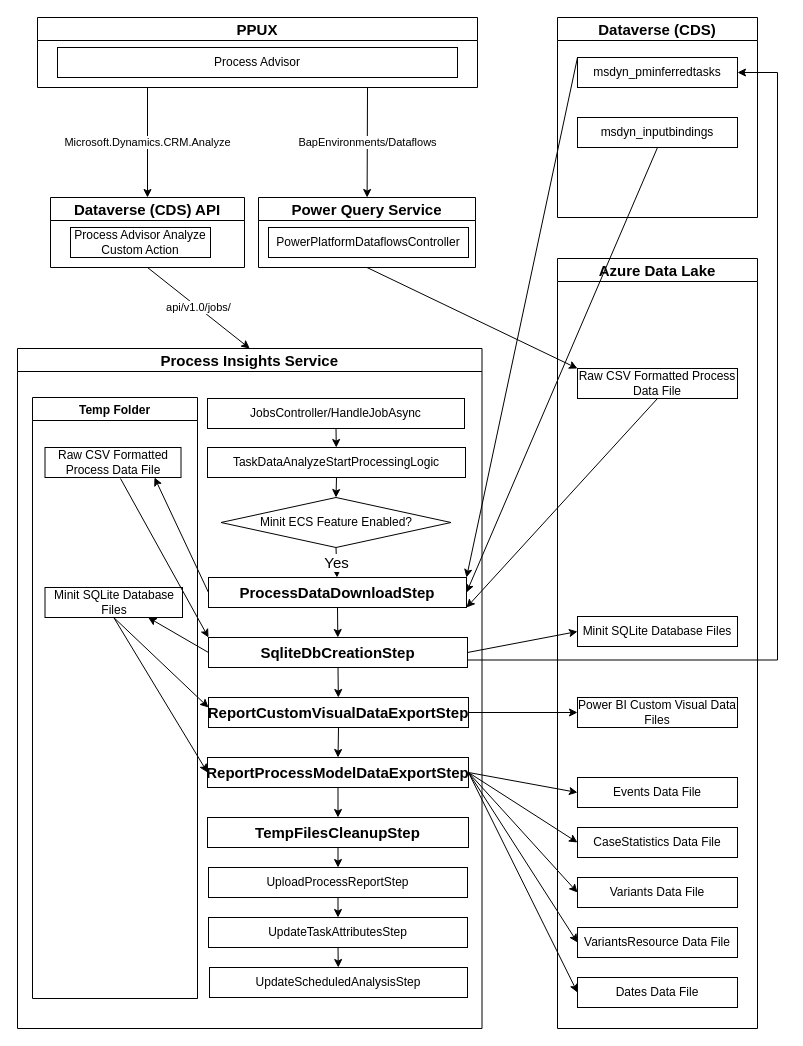
The draw.io diagram Process Insights Service and Minit Integration.drawio in luchenatwork/Diagram, before the edit. Source tidied: cells renumbered, new cells numbered last; positions are measured from the earlier drawing's top-left corner, leaving out a move shared by most shapes. Both pictures are drawn from the tidied source at 100%, with x=0, y=0 at pixel (17, 17).
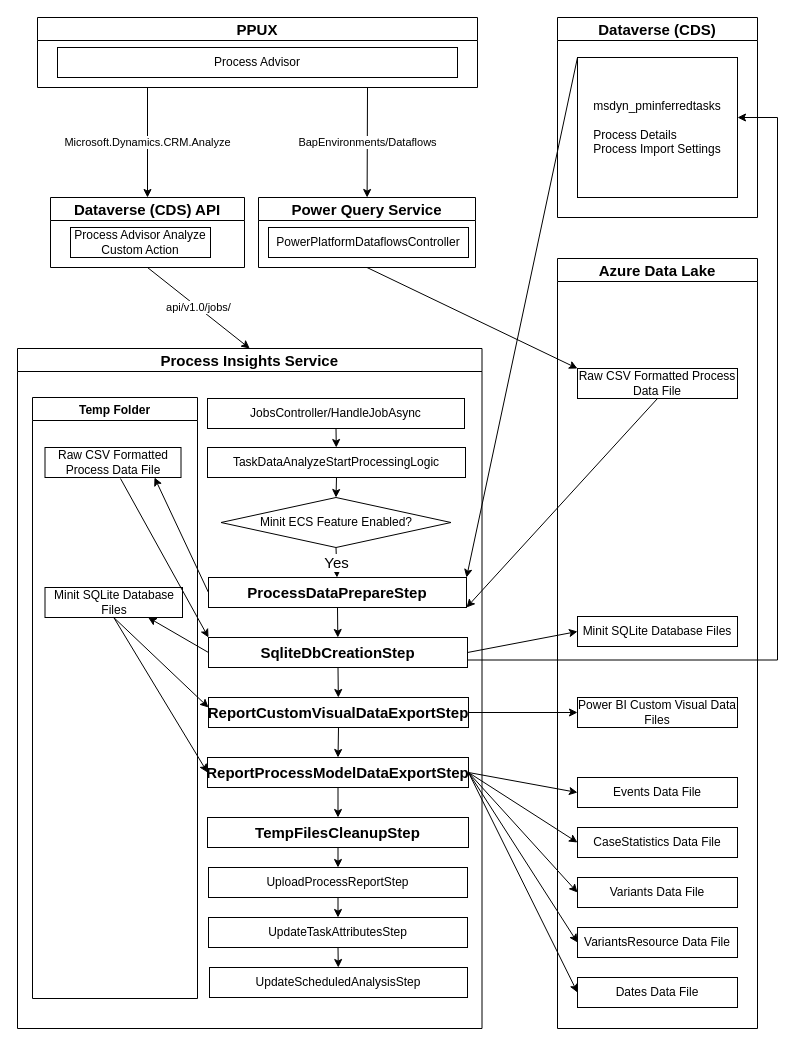
After the change.

The change refers to these unchanged cells:
```xml
<mxCell id="6" value="Process Insights Service" style="swimlane;startSize=23;fontSize=15;" parent="1" vertex="1">
  <mxGeometry y="331" width="464.5" height="680" as="geometry" />
</mxCell>
<mxCell id="10" value="SqliteDbCreationStep" style="rounded=0;whiteSpace=wrap;html=1;fontStyle=1;fontSize=15;" parent="6" vertex="1">
  <mxGeometry x="191" y="289" width="259" height="30" as="geometry" />
</mxCell>
<mxCell id="38" value="Dataverse (CDS)" style="swimlane;fontSize=15;" parent="1" vertex="1">
  <mxGeometry x="540" width="200" height="200" as="geometry" />
</mxCell>
```

Diff of the diagram source:
```diff
@@
-    <mxCell id="9" value="&lt;b&gt;&lt;font style=&quot;font-size: 15px;&quot;&gt;ProcessDataDownloadStep&lt;/font&gt;&lt;/b&gt;" style="rounded=0;whiteSpace=wrap;html=1;" parent="6" vertex="1">
+    <mxCell id="9" value="&lt;b&gt;&lt;font style=&quot;font-size: 15px;&quot;&gt;ProcessDataPrepareStep&lt;/font&gt;&lt;/b&gt;" style="rounded=0;whiteSpace=wrap;html=1;" parent="6" vertex="1">
       <mxGeometry x="191" y="229" width="258" height="30" as="geometry" />
     </mxCell>
@@
-    <mxCell id="39" value="msdyn_pminferredtasks" style="rounded=0;whiteSpace=wrap;html=1;" parent="38" vertex="1">
-      <mxGeometry x="20" y="40" width="160" height="30" as="geometry" />
+    <mxCell id="39" value="msdyn_pminferredtasks&lt;br&gt;&lt;div style=&quot;text-align: left;&quot;&gt;&lt;br&gt;&lt;/div&gt;&lt;div style=&quot;text-align: left;&quot;&gt;Process Details&lt;/div&gt;&lt;div style=&quot;text-align: left;&quot;&gt;Process Import Settings&lt;/div&gt;" style="rounded=0;whiteSpace=wrap;html=1;" parent="38" vertex="1">
+      <mxGeometry x="20" y="40" width="160" height="140" as="geometry" />
     </mxCell>
-    <mxCell id="40" value="msdyn_inputbindings" style="rounded=0;whiteSpace=wrap;html=1;" parent="38" vertex="1">
-      <mxGeometry x="20" y="100" width="160" height="30" as="geometry" />
-    </mxCell>
@@
-    <mxCell id="63" style="endArrow=classic;html=1;rounded=0;fontSize=15;exitX=0.5;exitY=1;exitDx=0;exitDy=0;entryX=1;entryY=0.5;entryDx=0;entryDy=0;" parent="1" edge="1" source="40" target="9">
-      <mxGeometry relative="1" as="geometry" />
-    </mxCell>
-    <mxCell id="64" style="endArrow=classic;html=1;rounded=0;fontSize=15;exitX=1;exitY=0.75;exitDx=0;exitDy=0;edgeStyle=orthogonalEdgeStyle;entryX=1;entryY=0.5;entryDx=0;entryDy=0;" parent="1" edge="1" source="10" target="39">
+    <mxCell id="64" style="endArrow=classic;html=1;rounded=0;fontSize=15;exitX=1;exitY=0.75;exitDx=0;exitDy=0;edgeStyle=orthogonalEdgeStyle;" parent="1" edge="1" source="10">
       <mxGeometry relative="1" as="geometry">
+        <mxPoint x="720" y="100" as="targetPoint" />
         <Array as="points">
           <mxPoint x="760" y="643" />
-          <mxPoint x="760" y="55" />
+          <mxPoint x="760" y="100" />
         </Array>
       </mxGeometry>
     </mxCell>
```
